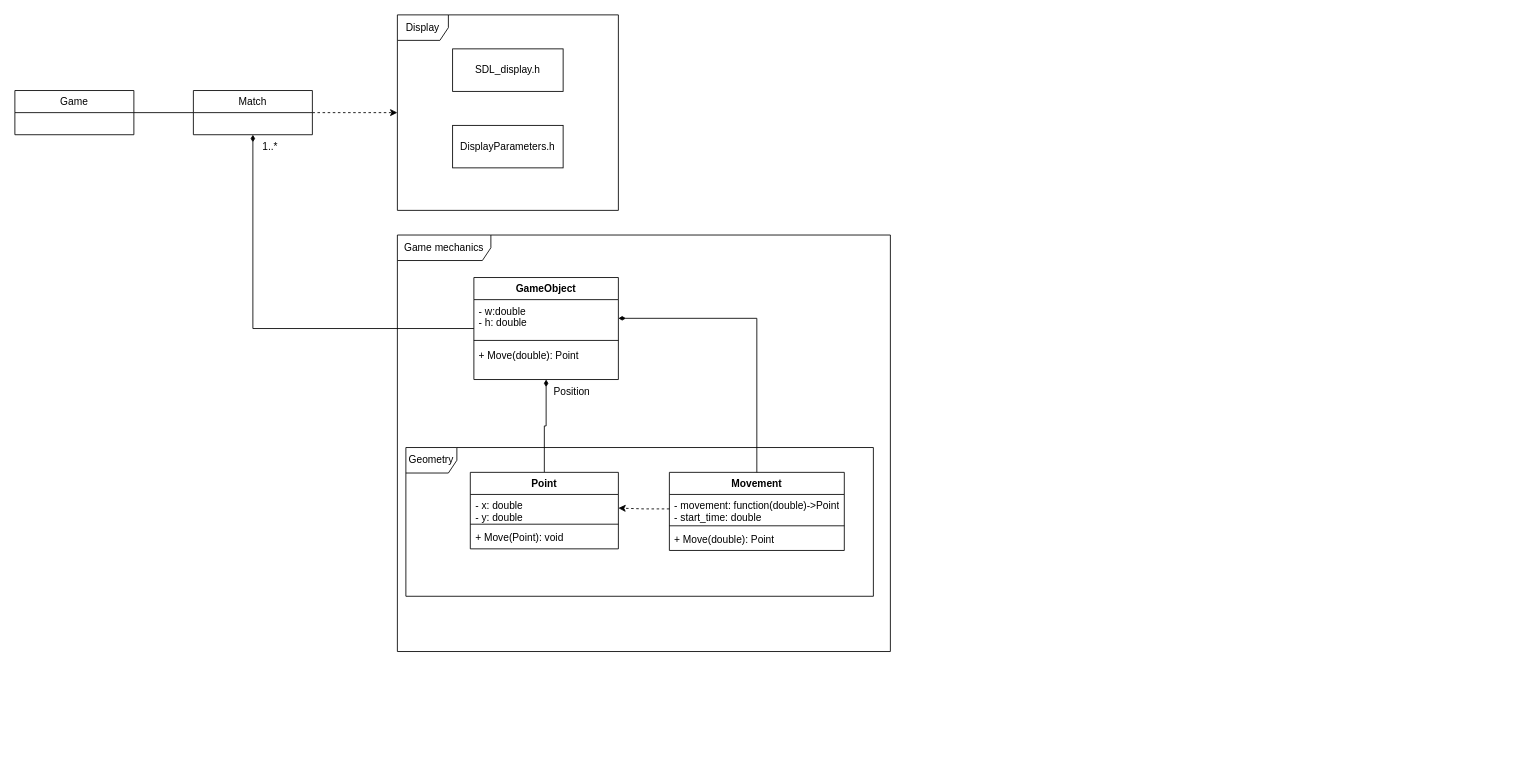
tuStroma/DungeonRitual keeps this draw.io diagram as System_design/Class_diagram.drawio. Above is the earlier version. Source tidied: cells renumbered, new cells numbered last; positions are measured from the earlier drawing's top-left corner, leaving out a move shared by most shapes. Both pictures are drawn from the tidied source at 85%, with x=0, y=0 at pixel (14, 14).
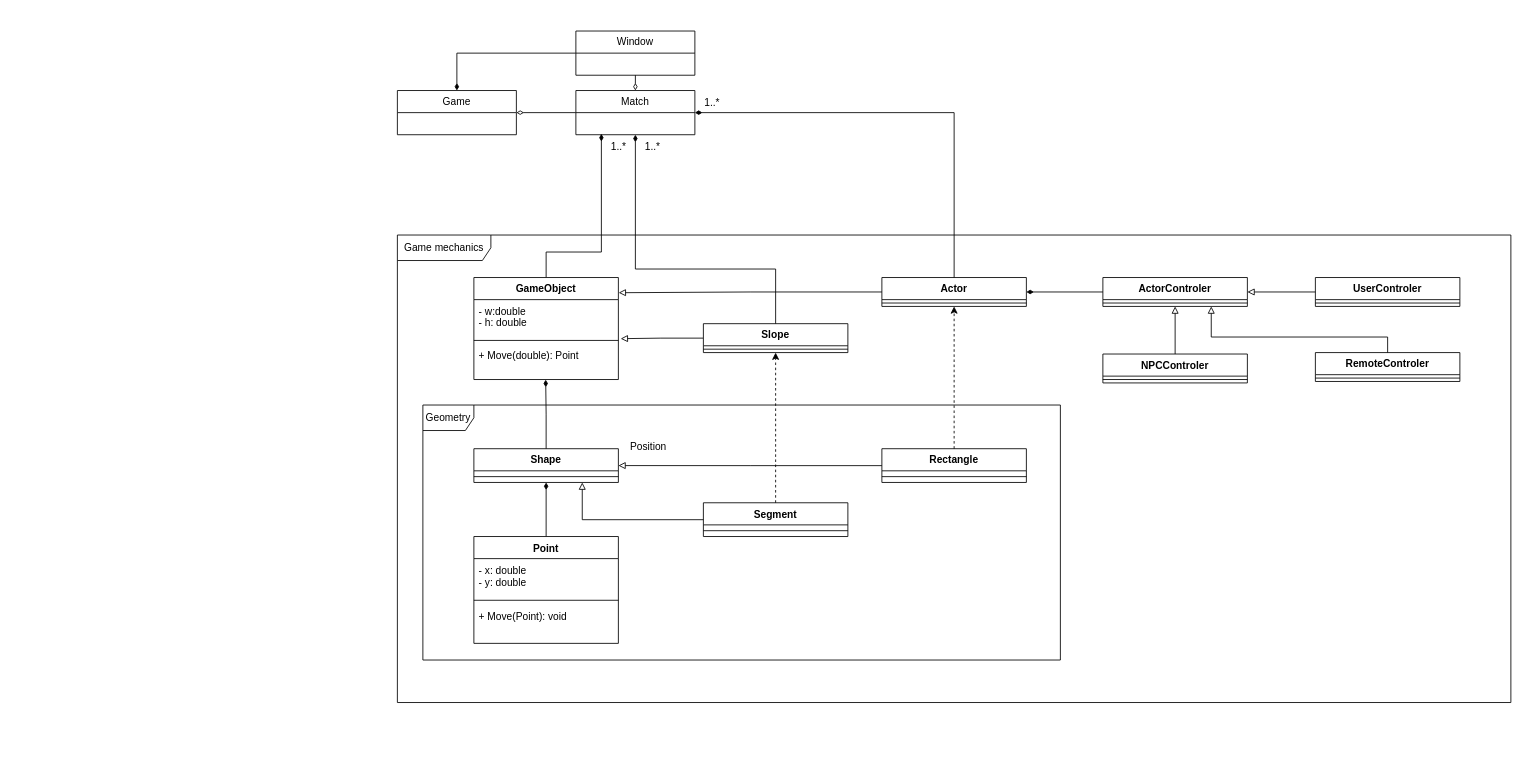
The same diagram, later.

The change refers to these unchanged cells:
```xml
<mxCell id="15" value="GameObject" style="swimlane;fontStyle=1;align=center;verticalAlign=top;horizontal=1;startSize=26;whiteSpace=wrap;html=1;" parent="14" vertex="1">
  <mxGeometry width="170" height="120" as="geometry" />
</mxCell>
<mxCell id="16" value="- w:double&lt;br&gt;- h: double" style="text;strokeColor=none;fillColor=none;align=left;verticalAlign=top;spacingLeft=4;spacingRight=4;overflow=hidden;points=[[0,0.5],[1,0.5]];portConstraint=eastwest;whiteSpace=wrap;html=1;" parent="15" vertex="1">
  <mxGeometry y="26" width="170" height="44" as="geometry" />
</mxCell>
<mxCell id="18" value="+ Move(double): Point" style="text;strokeColor=none;fillColor=none;align=left;verticalAlign=top;spacingLeft=4;spacingRight=4;overflow=hidden;points=[[0,0.5],[1,0.5]];portConstraint=eastwest;whiteSpace=wrap;html=1;" parent="15" vertex="1">
  <mxGeometry y="78" width="170" height="42" as="geometry" />
</mxCell>
```

What changed in the source:
```diff
@@
-    <mxCell id="2" style="edgeStyle=orthogonalEdgeStyle;jettySize=auto;html=1;exitX=1;exitY=0.5;exitDx=0;exitDy=0;entryX=0;entryY=0.5;entryDx=0;entryDy=0;strokeColor=default;rounded=0;endArrow=none;endFill=0;" parent="1" edge="1" source="3" target="5">
+    <mxCell id="2" style="edgeStyle=orthogonalEdgeStyle;jettySize=auto;html=1;exitX=1;exitY=0.5;exitDx=0;exitDy=0;entryX=0;entryY=0.5;entryDx=0;entryDy=0;strokeColor=default;rounded=0;endArrow=none;endFill=0;startArrow=diamondThin;startFill=0;" parent="1" edge="1" source="3" target="5">
       <mxGeometry relative="1" as="geometry" />
     </mxCell>
     <mxCell id="3" value="Game" style="swimlane;fontStyle=0;horizontal=1;startSize=26;fillColor=none;whiteSpace=wrap;html=1;" parent="1" vertex="1">
-      <mxGeometry y="89" width="140" height="52" as="geometry" />
+      <mxGeometry x="450" y="89" width="140" height="52" as="geometry" />
     </mxCell>
-    <mxCell id="4" style="edgeStyle=orthogonalEdgeStyle;rounded=0;jettySize=auto;html=1;dashed=1;" parent="1" edge="1" source="5" target="9">
-      <mxGeometry relative="1" as="geometry" />
-    </mxCell>
     <mxCell id="5" value="Match" style="swimlane;fontStyle=0;horizontal=1;startSize=26;fillColor=none;whiteSpace=wrap;html=1;" parent="1" vertex="1">
-      <mxGeometry x="210" y="89" width="140" height="52" as="geometry" />
+      <mxGeometry x="660" y="89" width="140" height="52" as="geometry" />
     </mxCell>
-    <mxCell id="6" style="edgeStyle=orthogonalEdgeStyle;rounded=0;jettySize=auto;html=1;exitX=0;exitY=0.5;exitDx=0;exitDy=0;entryX=0.5;entryY=1;entryDx=0;entryDy=0;endArrow=diamondThin;endFill=1;targetPerimeterSpacing=0;" parent="1" edge="1" source="15" target="5">
-      <mxGeometry relative="1" as="geometry" />
+    <mxCell id="6" style="edgeStyle=orthogonalEdgeStyle;rounded=0;jettySize=auto;html=1;exitX=0.5;exitY=0;exitDx=0;exitDy=0;endArrow=diamondThin;endFill=1;targetPerimeterSpacing=0;" parent="1" edge="1" source="15">
+      <mxGeometry relative="1" as="geometry">
+        <mxPoint x="690" y="149" as="targetPoint" />
+        <Array as="points">
+          <mxPoint x="625" y="279" />
+          <mxPoint x="690" y="279" />
+          <mxPoint x="690" y="141" />
+        </Array>
+      </mxGeometry>
     </mxCell>
     <mxCell id="7" value="1..*" style="text;html=1;align=center;verticalAlign=middle;strokeColor=none;fillColor=none;" parent="1" vertex="1">
-      <mxGeometry x="280" y="141" width="40" height="30" as="geometry" />
+      <mxGeometry x="690" y="141" width="40" height="30" as="geometry" />
     </mxCell>
-    <mxCell id="8" style="group;" parent="1" vertex="1">
-      <mxGeometry x="450" width="260" height="230" as="geometry" />
-    </mxCell>
-    <mxCell id="9" value="Display" style="shape=umlFrame;whiteSpace=wrap;html=1;" parent="8" vertex="1">
-      <mxGeometry width="260" height="230" as="geometry" />
-    </mxCell>
-    <mxCell id="10" value="SDL_display.h" style="html=1;whiteSpace=wrap;" parent="8" vertex="1">
-      <mxGeometry x="65" y="40" width="130" height="50" as="geometry" />
-    </mxCell>
-    <mxCell id="11" value="DisplayParameters.h" style="html=1;whiteSpace=wrap;" parent="8" vertex="1">
-      <mxGeometry x="65" y="130" width="130" height="50" as="geometry" />
-    </mxCell>
     <mxCell id="12" value="Game mechanics" style="shape=umlFrame;whiteSpace=wrap;html=1;width=110;height=30;" parent="1" vertex="1">
-      <mxGeometry x="450" y="259" width="580" height="490" as="geometry" />
+      <mxGeometry x="450" y="259" width="1310" height="550" as="geometry" />
     </mxCell>
-    <mxCell id="13" style="edgeStyle=orthogonalEdgeStyle;rounded=0;jettySize=auto;html=1;exitX=0.5;exitY=0;exitDx=0;exitDy=0;endArrow=diamondThin;endFill=1;entryX=0.5;entryY=1;entryDx=0;entryDy=0;" parent="1" edge="1" source="21" target="15">
-      <mxGeometry relative="1" as="geometry" />
-    </mxCell>
@@
     <mxCell id="19" style="group;" parent="1" vertex="1">
-      <mxGeometry x="460" y="509" width="550" height="175" as="geometry" />
+      <mxGeometry x="480" y="459" width="750" height="422.9" as="geometry" />
     </mxCell>
     <mxCell id="20" value="Geometry" style="shape=umlFrame;whiteSpace=wrap;html=1;" parent="19" vertex="1">
-      <mxGeometry width="550" height="175" as="geometry" />
+      <mxGeometry width="750" height="300" as="geometry" />
     </mxCell>
+    <mxCell id="32" style="group;" parent="19" vertex="1">
+      <mxGeometry x="60" y="51.4" width="174.2" height="371.4" as="geometry" />
+    </mxCell>
+    <mxCell id="33" value="Shape" style="swimlane;fontStyle=1;align=center;verticalAlign=top;horizontal=1;startSize=26;whiteSpace=wrap;html=1;" parent="32" vertex="1">
+      <mxGeometry width="170" height="39.7" as="geometry" />
+    </mxCell>
+    <mxCell id="34" style="line;strokeWidth=1;fillColor=none;align=left;verticalAlign=middle;spacingTop=-1;spacingLeft=3;spacingRight=3;labelPosition=right;strokeColor=inherit;" parent="33" vertex="1">
+      <mxGeometry y="26" width="170" height="13.7" as="geometry" />
+    </mxCell>
+    <mxCell id="35" style="edgeStyle=orthogonalEdgeStyle;rounded=0;jettySize=auto;html=1;entryX=0.5;entryY=1;entryDx=0;entryDy=0;endArrow=diamondThin;endFill=1;" parent="32" edge="1" source="21" target="33">
+      <mxGeometry relative="1" as="geometry" />
+    </mxCell>
-    <mxCell id="21" value="Point" style="swimlane;fontStyle=1;align=center;verticalAlign=top;horizontal=1;startSize=26;whiteSpace=wrap;html=1;" parent="19" vertex="1">
-      <mxGeometry x="75.8" y="29.2" width="174.2" height="90" as="geometry" />
+    <mxCell id="21" value="Point" style="swimlane;fontStyle=1;align=center;verticalAlign=top;horizontal=1;startSize=26;whiteSpace=wrap;html=1;" parent="32" vertex="1">
+      <mxGeometry y="103.3" width="170" height="125.7" as="geometry" />
     </mxCell>
     <mxCell id="22" value="- x: double&lt;br&gt;- y: double" style="text;strokeColor=none;fillColor=none;align=left;verticalAlign=top;spacingLeft=4;spacingRight=4;overflow=hidden;points=[[0,0.5],[1,0.5]];portConstraint=eastwest;whiteSpace=wrap;html=1;" parent="21" vertex="1">
-      <mxGeometry y="26" width="174.2" height="32.1" as="geometry" />
+      <mxGeometry y="26" width="170" height="44" as="geometry" />
     </mxCell>
     <mxCell id="23" style="line;strokeWidth=1;fillColor=none;align=left;verticalAlign=middle;spacingTop=-1;spacingLeft=3;spacingRight=3;labelPosition=right;strokeColor=inherit;" parent="21" vertex="1">
-      <mxGeometry y="58.1" width="174.2" height="5.8" as="geometry" />
+      <mxGeometry y="70" width="170" height="10" as="geometry" />
     </mxCell>
     <mxCell id="24" value="+ Move(Point): void" style="text;strokeColor=none;fillColor=none;align=left;verticalAlign=top;spacingLeft=4;spacingRight=4;overflow=hidden;whiteSpace=wrap;html=1;" parent="21" vertex="1">
-      <mxGeometry y="63.9" width="174.2" height="26.1" as="geometry" />
+      <mxGeometry y="80" width="170" height="45.7" as="geometry" />
     </mxCell>
-    <mxCell id="25" value="Movement" style="swimlane;fontStyle=1;align=center;verticalAlign=top;horizontal=1;startSize=26;whiteSpace=wrap;html=1;" parent="19" vertex="1">
-      <mxGeometry x="310" y="29.2" width="205.8" height="91.9" as="geometry" />
-    </mxCell>
-    <mxCell id="26" value="- movement: function(double)-&amp;gt;Point&lt;br&gt;- start_time: double" style="text;strokeColor=none;fillColor=none;align=left;verticalAlign=top;spacingLeft=4;spacingRight=4;overflow=hidden;points=[[0,0.5],[1,0.5]];portConstraint=eastwest;whiteSpace=wrap;html=1;" parent="25" vertex="1">
-      <mxGeometry y="26" width="205.8" height="34" as="geometry" />
-    </mxCell>
-    <mxCell id="27" style="line;strokeWidth=1;fillColor=none;align=left;verticalAlign=middle;spacingTop=-1;spacingLeft=3;spacingRight=3;labelPosition=right;strokeColor=inherit;" parent="25" vertex="1">
-      <mxGeometry y="60" width="205.8" height="5.8" as="geometry" />
-    </mxCell>
-    <mxCell id="28" value="+ Move(double): Point" style="text;strokeColor=none;fillColor=none;align=left;verticalAlign=top;spacingLeft=4;spacingRight=4;overflow=hidden;whiteSpace=wrap;html=1;" parent="25" vertex="1">
-      <mxGeometry y="65.8" width="205.8" height="26.1" as="geometry" />
-    </mxCell>
-    <mxCell id="29" style="edgeStyle=orthogonalEdgeStyle;rounded=0;jettySize=auto;html=1;entryX=1;entryY=0.5;entryDx=0;entryDy=0;dashed=1;" parent="19" edge="1" source="26" target="22">
-      <mxGeometry relative="1" as="geometry" />
-    </mxCell>
-    <mxCell id="30" style="edgeStyle=orthogonalEdgeStyle;rounded=0;jettySize=auto;html=1;startArrow=diamondThin;startFill=1;endArrow=none;endFill=0;" parent="1" edge="1" source="16" target="25">
-      <mxGeometry relative="1" as="geometry" />
-    </mxCell>
-    <mxCell id="31" value="Position" style="text;html=1;align=center;verticalAlign=middle;strokeColor=none;fillColor=none;" parent="1" vertex="1">
-      <mxGeometry x="620" y="429" width="70" height="30" as="geometry" />
+    <mxCell id="31" value="Position" style="text;html=1;align=center;verticalAlign=middle;strokeColor=none;fillColor=none;" parent="19" vertex="1">
+      <mxGeometry x="230" y="34.3" width="70" height="30" as="geometry" />
     </mxCell>
+    <mxCell id="36" style="group;" parent="19" vertex="1">
+      <mxGeometry x="330" y="115" width="170" height="222.9" as="geometry" />
+    </mxCell>
+    <mxCell id="37" value="Segment" style="swimlane;fontStyle=1;align=center;verticalAlign=top;horizontal=1;startSize=26;whiteSpace=wrap;html=1;" parent="36" vertex="1">
+      <mxGeometry width="170" height="39.7" as="geometry" />
+    </mxCell>
+    <mxCell id="38" style="line;strokeWidth=1;fillColor=none;align=left;verticalAlign=middle;spacingTop=-1;spacingLeft=3;spacingRight=3;labelPosition=right;strokeColor=inherit;" parent="37" vertex="1">
+      <mxGeometry y="26" width="170" height="13.7" as="geometry" />
+    </mxCell>
+    <mxCell id="39" style="group;" parent="19" vertex="1">
+      <mxGeometry x="540" y="51.4" width="170" height="222.9" as="geometry" />
+    </mxCell>
+    <mxCell id="40" value="Rectangle" style="swimlane;fontStyle=1;align=center;verticalAlign=top;horizontal=1;startSize=26;whiteSpace=wrap;html=1;" parent="39" vertex="1">
+      <mxGeometry width="170" height="39.7" as="geometry" />
+    </mxCell>
+    <mxCell id="41" style="line;strokeWidth=1;fillColor=none;align=left;verticalAlign=middle;spacingTop=-1;spacingLeft=3;spacingRight=3;labelPosition=right;strokeColor=inherit;" parent="40" vertex="1">
+      <mxGeometry y="26" width="170" height="13.7" as="geometry" />
+    </mxCell>
+    <mxCell id="42" style="edgeStyle=orthogonalEdgeStyle;rounded=0;jettySize=auto;html=1;entryX=0.75;entryY=1;entryDx=0;entryDy=0;endArrow=block;endFill=0;" parent="19" edge="1" source="37" target="33">
+      <mxGeometry relative="1" as="geometry" />
+    </mxCell>
+    <mxCell id="43" style="edgeStyle=orthogonalEdgeStyle;rounded=0;jettySize=auto;html=1;entryX=1;entryY=0.5;entryDx=0;entryDy=0;endArrow=block;endFill=0;" parent="19" edge="1" source="40" target="33">
+      <mxGeometry relative="1" as="geometry" />
+    </mxCell>
+    <mxCell id="44" style="edgeStyle=orthogonalEdgeStyle;rounded=0;jettySize=auto;html=1;exitX=0;exitY=0.5;exitDx=0;exitDy=0;entryX=0.5;entryY=0;entryDx=0;entryDy=0;endArrow=diamondThin;endFill=1;" parent="1" edge="1" source="46" target="3">
+      <mxGeometry relative="1" as="geometry" />
+    </mxCell>
+    <mxCell id="45" style="edgeStyle=orthogonalEdgeStyle;rounded=0;jettySize=auto;html=1;exitX=0.5;exitY=1;exitDx=0;exitDy=0;entryX=0.5;entryY=0;entryDx=0;entryDy=0;endArrow=diamondThin;endFill=0;" parent="1" edge="1" source="46" target="5">
+      <mxGeometry relative="1" as="geometry" />
+    </mxCell>
+    <mxCell id="46" value="Window" style="swimlane;fontStyle=0;horizontal=1;startSize=26;fillColor=none;whiteSpace=wrap;html=1;" parent="1" vertex="1">
+      <mxGeometry x="660" y="19" width="140" height="52" as="geometry" />
+    </mxCell>
+    <mxCell id="47" style="group;" parent="1" vertex="1">
+      <mxGeometry x="1020" y="309" width="170" height="184.3" as="geometry" />
+    </mxCell>
+    <mxCell id="48" value="Actor" style="swimlane;fontStyle=1;align=center;verticalAlign=top;horizontal=1;startSize=26;whiteSpace=wrap;html=1;" parent="47" vertex="1">
+      <mxGeometry width="170" height="34" as="geometry" />
+    </mxCell>
+    <mxCell id="49" style="line;strokeWidth=1;fillColor=none;align=left;verticalAlign=middle;spacingTop=-1;spacingLeft=3;spacingRight=3;labelPosition=right;strokeColor=inherit;" parent="48" vertex="1">
+      <mxGeometry y="26" width="170" height="8" as="geometry" />
+    </mxCell>
+    <mxCell id="50" style="edgeStyle=orthogonalEdgeStyle;rounded=0;jettySize=auto;html=1;exitX=0;exitY=0.5;exitDx=0;exitDy=0;entryX=1.002;entryY=0.149;entryDx=0;entryDy=0;entryPerimeter=0;endArrow=block;endFill=0;" parent="1" edge="1" source="48" target="15">
+      <mxGeometry relative="1" as="geometry" />
+    </mxCell>
+    <mxCell id="51" style="edgeStyle=orthogonalEdgeStyle;rounded=0;jettySize=auto;html=1;entryX=0.497;entryY=1.004;entryDx=0;entryDy=0;entryPerimeter=0;endArrow=diamondThin;endFill=1;" parent="1" edge="1" source="33" target="18">
+      <mxGeometry relative="1" as="geometry" />
+    </mxCell>
+    <mxCell id="52" style="edgeStyle=orthogonalEdgeStyle;rounded=0;jettySize=auto;html=1;exitX=0;exitY=0.5;exitDx=0;exitDy=0;entryX=1.016;entryY=1.044;entryDx=0;entryDy=0;entryPerimeter=0;endArrow=block;endFill=0;" parent="1" edge="1" source="54" target="16">
+      <mxGeometry relative="1" as="geometry" />
+    </mxCell>
+    <mxCell id="53" style="group;" parent="1" vertex="1">
+      <mxGeometry x="810" y="363.3" width="170" height="130" as="geometry" />
+    </mxCell>
+    <mxCell id="54" value="Slope" style="swimlane;fontStyle=1;align=center;verticalAlign=top;horizontal=1;startSize=26;whiteSpace=wrap;html=1;" parent="53" vertex="1">
+      <mxGeometry width="170" height="34" as="geometry" />
+    </mxCell>
+    <mxCell id="55" style="line;strokeWidth=1;fillColor=none;align=left;verticalAlign=middle;spacingTop=-1;spacingLeft=3;spacingRight=3;labelPosition=right;strokeColor=inherit;" parent="54" vertex="1">
+      <mxGeometry y="26" width="170" height="8" as="geometry" />
+    </mxCell>
+    <mxCell id="56" style="edgeStyle=orthogonalEdgeStyle;rounded=0;jettySize=auto;html=1;entryX=0.5;entryY=1;entryDx=0;entryDy=0;dashed=1;" parent="1" edge="1" source="40" target="48">
+      <mxGeometry relative="1" as="geometry" />
+    </mxCell>
+    <mxCell id="57" style="edgeStyle=orthogonalEdgeStyle;rounded=0;jettySize=auto;html=1;entryX=0.5;entryY=1;entryDx=0;entryDy=0;dashed=1;" parent="1" edge="1" source="37" target="54">
+      <mxGeometry relative="1" as="geometry" />
+    </mxCell>
+    <mxCell id="58" style="group;" parent="1" vertex="1">
+      <mxGeometry x="1280" y="309" width="170" height="274.3" as="geometry" />
+    </mxCell>
+    <mxCell id="59" value="ActorControler" style="swimlane;fontStyle=1;align=center;verticalAlign=top;horizontal=1;startSize=26;whiteSpace=wrap;html=1;" parent="58" vertex="1">
+      <mxGeometry width="170" height="34" as="geometry" />
+    </mxCell>
+    <mxCell id="60" style="line;strokeWidth=1;fillColor=none;align=left;verticalAlign=middle;spacingTop=-1;spacingLeft=3;spacingRight=3;labelPosition=right;strokeColor=inherit;" parent="59" vertex="1">
+      <mxGeometry y="26" width="170" height="8" as="geometry" />
+    </mxCell>
+    <mxCell id="61" style="group;" parent="58" vertex="1">
+      <mxGeometry y="90" width="170" height="184.3" as="geometry" />
+    </mxCell>
+    <mxCell id="62" value="NPCControler" style="swimlane;fontStyle=1;align=center;verticalAlign=top;horizontal=1;startSize=26;whiteSpace=wrap;html=1;" parent="61" vertex="1">
+      <mxGeometry width="170" height="34" as="geometry" />
+    </mxCell>
+    <mxCell id="63" style="line;strokeWidth=1;fillColor=none;align=left;verticalAlign=middle;spacingTop=-1;spacingLeft=3;spacingRight=3;labelPosition=right;strokeColor=inherit;" parent="62" vertex="1">
+      <mxGeometry y="26" width="170" height="8" as="geometry" />
+    </mxCell>
+    <mxCell id="64" style="edgeStyle=orthogonalEdgeStyle;rounded=0;jettySize=auto;html=1;entryX=0.5;entryY=1;entryDx=0;entryDy=0;endArrow=block;endFill=0;" parent="58" edge="1" source="62" target="59">
+      <mxGeometry relative="1" as="geometry" />
+    </mxCell>
+    <mxCell id="65" style="edgeStyle=orthogonalEdgeStyle;rounded=0;jettySize=auto;html=1;entryX=1;entryY=0.5;entryDx=0;entryDy=0;endArrow=diamondThin;endFill=1;" parent="1" edge="1" source="59" target="48">
+      <mxGeometry relative="1" as="geometry" />
+    </mxCell>
+    <mxCell id="66" style="group;" parent="1" vertex="1">
+      <mxGeometry x="1530" y="309" width="170" height="184.3" as="geometry" />
+    </mxCell>
+    <mxCell id="67" value="UserControler" style="swimlane;fontStyle=1;align=center;verticalAlign=top;horizontal=1;startSize=26;whiteSpace=wrap;html=1;" parent="66" vertex="1">
+      <mxGeometry width="170" height="34" as="geometry" />
+    </mxCell>
+    <mxCell id="68" style="line;strokeWidth=1;fillColor=none;align=left;verticalAlign=middle;spacingTop=-1;spacingLeft=3;spacingRight=3;labelPosition=right;strokeColor=inherit;" parent="67" vertex="1">
+      <mxGeometry y="26" width="170" height="8" as="geometry" />
+    </mxCell>
+    <mxCell id="69" value="RemoteControler" style="swimlane;fontStyle=1;align=center;verticalAlign=top;horizontal=1;startSize=26;whiteSpace=wrap;html=1;" parent="66" vertex="1">
+      <mxGeometry y="88.3" width="170" height="34" as="geometry" />
+    </mxCell>
+    <mxCell id="70" style="line;strokeWidth=1;fillColor=none;align=left;verticalAlign=middle;spacingTop=-1;spacingLeft=3;spacingRight=3;labelPosition=right;strokeColor=inherit;" parent="69" vertex="1">
+      <mxGeometry y="26" width="170" height="8" as="geometry" />
+    </mxCell>
+    <mxCell id="71" style="edgeStyle=orthogonalEdgeStyle;rounded=0;jettySize=auto;html=1;entryX=1;entryY=0.5;entryDx=0;entryDy=0;endArrow=block;endFill=0;" parent="1" edge="1" source="67" target="59">
+      <mxGeometry relative="1" as="geometry" />
+    </mxCell>
+    <mxCell id="72" style="edgeStyle=orthogonalEdgeStyle;rounded=0;jettySize=auto;html=1;entryX=0.75;entryY=1;entryDx=0;entryDy=0;endArrow=block;endFill=0;" parent="1" edge="1" source="69" target="59">
+      <mxGeometry relative="1" as="geometry">
+        <Array as="points">
+          <mxPoint x="1615" y="379" />
+          <mxPoint x="1407" y="379" />
+        </Array>
+      </mxGeometry>
+    </mxCell>
+    <mxCell id="73" style="edgeStyle=orthogonalEdgeStyle;rounded=0;jettySize=auto;html=1;entryX=0.5;entryY=1;entryDx=0;entryDy=0;endArrow=diamondThin;endFill=1;" parent="1" edge="1" source="54" target="5">
+      <mxGeometry relative="1" as="geometry">
+        <Array as="points">
+          <mxPoint x="895" y="299" />
+          <mxPoint x="730" y="299" />
+        </Array>
+      </mxGeometry>
+    </mxCell>
+    <mxCell id="74" value="1..*" style="text;html=1;align=center;verticalAlign=middle;strokeColor=none;fillColor=none;" parent="1" vertex="1">
+      <mxGeometry x="730" y="141" width="40" height="30" as="geometry" />
+    </mxCell>
+    <mxCell id="75" value="1..*" style="text;html=1;align=center;verticalAlign=middle;strokeColor=none;fillColor=none;" parent="1" vertex="1">
+      <mxGeometry x="800" y="89" width="40" height="30" as="geometry" />
+    </mxCell>
+    <mxCell id="76" style="edgeStyle=orthogonalEdgeStyle;rounded=0;jettySize=auto;html=1;entryX=1;entryY=0.5;entryDx=0;entryDy=0;endArrow=diamondThin;endFill=1;" parent="1" edge="1" source="48" target="5">
+      <mxGeometry relative="1" as="geometry">
+        <Array as="points">
+          <mxPoint x="1105" y="115" />
+        </Array>
+      </mxGeometry>
+    </mxCell>
```
